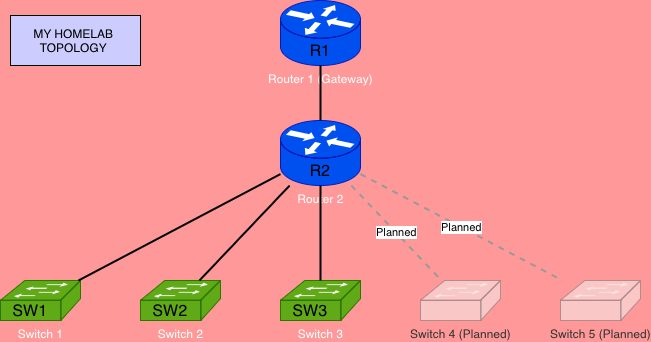
Before: homelab-topology.drawio.png, a diagram exported from draw.io (B1naryBloom/CCNA-Home-Lab). Source tidied: cells renumbered, new cells last; positions are measured from the earlier drawing's top-left corner, leaving out a move shared by most shapes.
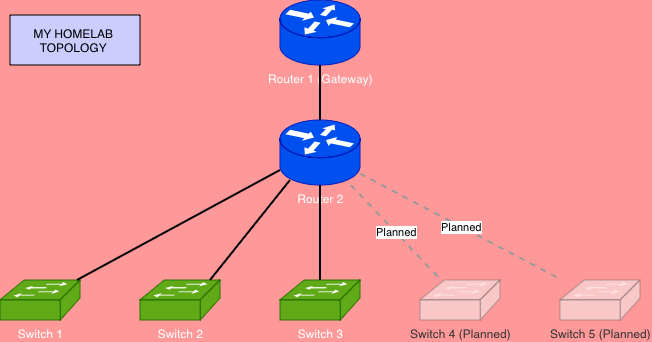
The same file after the commit.

The edit, as a diff of the source:
```diff
@@ -26,10 +26,10 @@
     <mxCell id="9" style="endArrow=none;html=1;strokeWidth=2;rounded=0;" parent="1" edge="1" source="2" target="3">
       <mxGeometry relative="1" as="geometry" />
     </mxCell>
-    <mxCell id="10" style="endArrow=none;html=1;strokeWidth=2;rounded=0;" parent="1" edge="1" source="3" target="4">
+    <mxCell id="10" style="endArrow=none;html=1;strokeWidth=2;rounded=0;exitX=0;exitY=0.769;exitDx=0;exitDy=0;exitPerimeter=0;" parent="1" edge="1" source="3" target="4">
       <mxGeometry relative="1" as="geometry" />
     </mxCell>
-    <mxCell id="11" style="endArrow=none;html=1;strokeWidth=2;rounded=0;" parent="1" edge="1" source="3" target="5">
+    <mxCell id="11" style="endArrow=none;html=1;strokeWidth=2;rounded=0;entryX=0.875;entryY=0;entryDx=0;entryDy=0;entryPerimeter=0;exitX=0.125;exitY=0.923;exitDx=0;exitDy=0;exitPerimeter=0;" parent="1" edge="1" source="3" target="5">
       <mxGeometry relative="1" as="geometry" />
     </mxCell>
     <mxCell id="12" style="endArrow=none;html=1;strokeWidth=2;rounded=0;" parent="1" edge="1" source="3" target="6">
@@ -44,20 +44,5 @@
     <mxCell id="15" value="MY HOMELAB&amp;nbsp;&lt;div&gt;TOPOLOGY&amp;nbsp;&lt;/div&gt;" style="rounded=0;whiteSpace=wrap;html=1;fillColor=#CCCCFF;" parent="1" vertex="1">
       <mxGeometry x="10" y="15" width="130" height="50" as="geometry" />
     </mxCell>
-    <mxCell id="16" value="R1" style="text;html=1;whiteSpace=wrap;strokeColor=none;fillColor=none;align=center;verticalAlign=middle;rounded=0;fontSize=16;" parent="1" vertex="1">
-      <mxGeometry x="290" y="35" width="60" height="30" as="geometry" />
-    </mxCell>
-    <mxCell id="17" value="R2" style="text;html=1;whiteSpace=wrap;strokeColor=none;fillColor=none;align=center;verticalAlign=middle;rounded=0;fontSize=16;" parent="1" vertex="1">
-      <mxGeometry x="290" y="155" width="60" height="30" as="geometry" />
-    </mxCell>
-    <mxCell id="18" value="SW1" style="text;html=1;whiteSpace=wrap;strokeColor=none;fillColor=none;align=center;verticalAlign=middle;rounded=0;fontSize=16;" parent="1" vertex="1">
-      <mxGeometry y="300" width="60" height="20" as="geometry" />
-    </mxCell>
-    <mxCell id="19" value="SW2" style="text;html=1;whiteSpace=wrap;strokeColor=none;fillColor=none;align=center;verticalAlign=middle;rounded=0;fontSize=16;" parent="1" vertex="1">
-      <mxGeometry x="140" y="295" width="60" height="30" as="geometry" />
-    </mxCell>
-    <mxCell id="20" value="SW3" style="text;html=1;whiteSpace=wrap;strokeColor=none;fillColor=none;align=center;verticalAlign=middle;rounded=0;fontSize=16;" parent="1" vertex="1">
-      <mxGeometry x="280" y="295" width="60" height="30" as="geometry" />
-    </mxCell>
   </root>
 </mxGraphModel>
```
